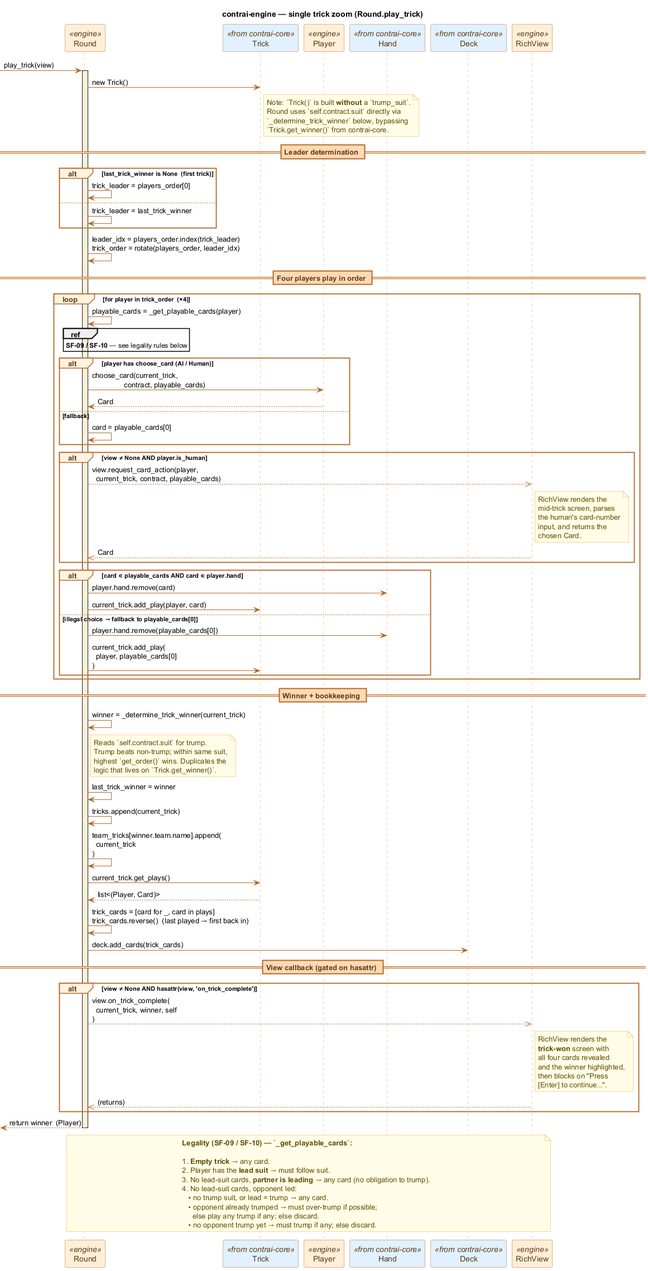
Above: docs/diagrams/seq_trick.png in valmathieu/ContrAI (PlantUML), before the change.
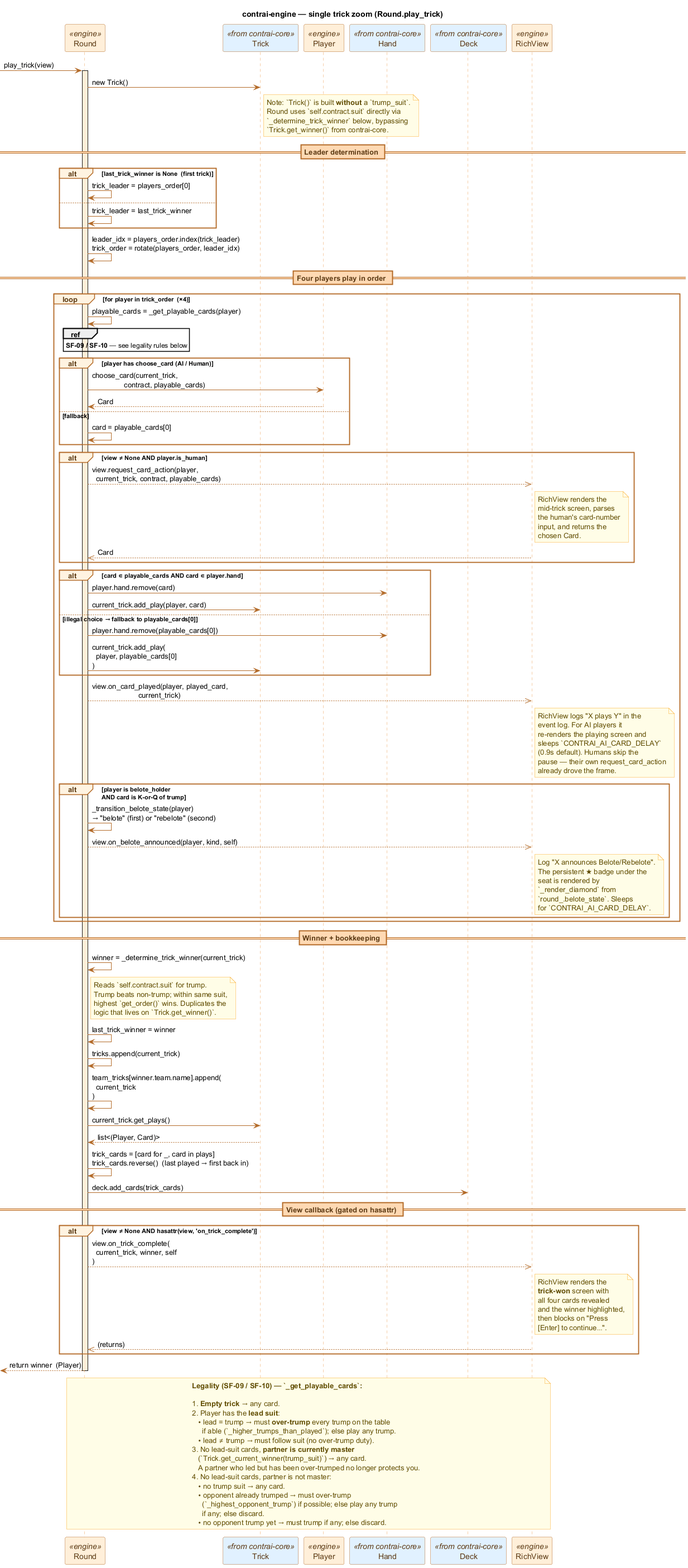
The same diagram one commit later.

What changed in the source:
```diff
@@ -90,6 +90,30 @@
         R -> T : current_trick.add_play(\n  player, playable_cards[0]\n)
     end
 
+    R -->> V : view.on_card_played(player, played_card,\n                       current_trick)
+    note right of V
+      RichView logs "X plays Y" in the
+      event log. For AI players it
+      re-renders the playing screen and
+      sleeps `CONTRAI_AI_CARD_DELAY`
+      (0.9s default). Humans skip the
+      pause — their own request_card_action
+      already drove the frame.
+    end note
+
+    alt player is belote_holder\nAND card is K-or-Q of trump
+        R -> R : _transition_belote_state(player)\n→ "belote" (first) or "rebelote" (second)
+        R -->> V : view.on_belote_announced(player, kind, self)
+        note right of V
+          Log "X announces Belote/Rebelote".
+          The persistent ★ badge under the
+          seat is rendered by
+          `_render_diamond` from
+          `round_.belote_state`. Sleeps
+          for `CONTRAI_AI_CARD_DELAY`.
+        end note
+    end
+
 end
 
 == Winner + bookkeeping ==
@@ -133,12 +157,18 @@
   **Legality (SF-09 / SF-10) — `_get_playable_cards`:**
 
   1. **Empty trick** → any card.
-  2. Player has the **lead suit** → must follow suit.
-  3. No lead-suit cards, **partner is leading** → any card (no obligation to trump).
-  4. No lead-suit cards, opponent led:
-     • no trump suit, or lead = trump → any card.
-     • opponent already trumped → must over-trump if possible;
-       else play any trump if any; else discard.
+  2. Player has the **lead suit**:
+     • lead = trump → must **over-trump** every trump on the table
+       if able (`_higher_trumps_than_played`); else play any trump.
+     • lead ≠ trump → must follow suit (no over-trump duty).
+  3. No lead-suit cards, **partner is currently master**
+     (`Trick.get_current_winner(trump_suit)`) → any card.
+     A partner who led but has been over-trumped no longer protects you.
+  4. No lead-suit cards, partner is not master:
+     • no trump suit → any card.
+     • opponent already trumped → must over-trump
+       (`_highest_opponent_trump`) if possible; else play any trump
+       if any; else discard.
      • no opponent trump yet → must trump if any; else discard.
 end note
 
```
